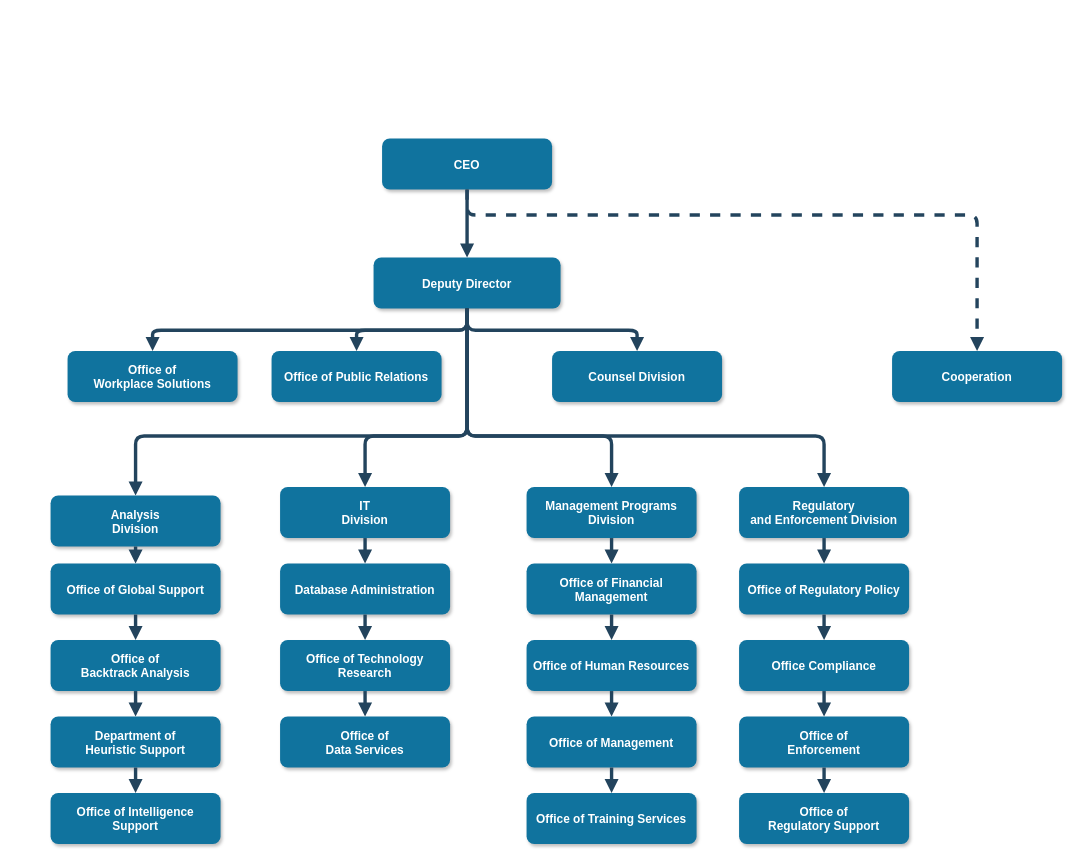
Above: 未命名绘图.drawio in NightStreeetWalk/draw.io (draw.io), before the change. Source tidied: cells renumbered, new cells numbered last; positions are measured from the earlier drawing's top-left corner, leaving out a move shared by most shapes. Both pictures are drawn from the tidied source at 85%, with x=0, y=0 at pixel (50, 139).
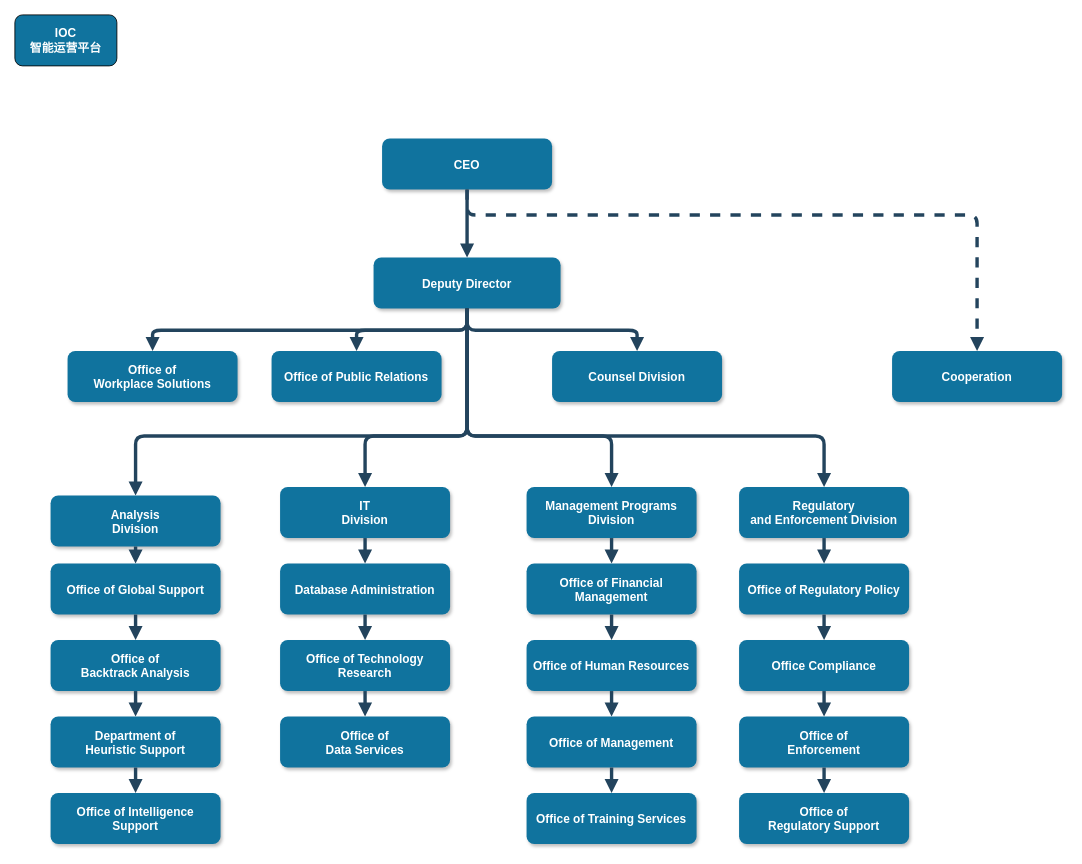
The same diagram, later.

Commit message:
更新未命名绘图.drawio

What changed in the source:
```diff
@@
+    <mxCell id="51" value="&lt;span style=&quot;font-size: 14px;&quot;&gt;&lt;font style=&quot;font-size: 14px;&quot;&gt;IOC&lt;br&gt;智能运营平台&lt;br&gt;&lt;/font&gt;&lt;/span&gt;" style="rounded=1;whiteSpace=wrap;html=1;shadow=0;fillColor=#10739E;fontStyle=1;fontColor=#FFFFFF;fontSize=14;" parent="1" vertex="1">
+      <mxGeometry x="-42" y="-146" width="120" height="60" as="geometry" />
+    </mxCell>
```
